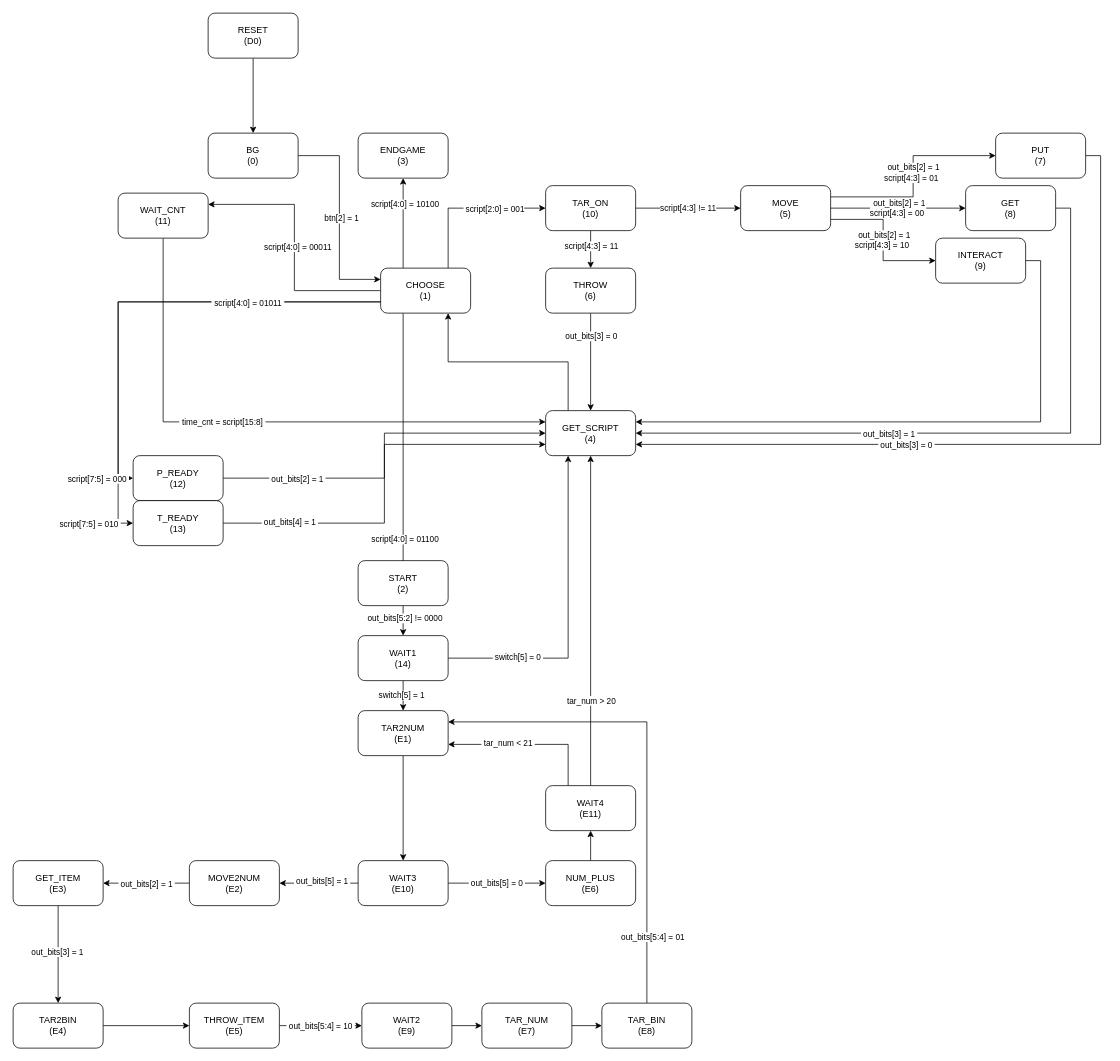
LunaQu4kez/CS207_23F_Project_GenshinKitchen keeps this draw.io diagram as doc/auto.drawio. Above is the earlier version. Source tidied: cells renumbered, new cells numbered last; positions are measured from the earlier drawing's top-left corner, leaving out a move shared by most shapes. Both pictures are drawn from the tidied source at 75%, with x=0, y=0 at pixel (13, 13).
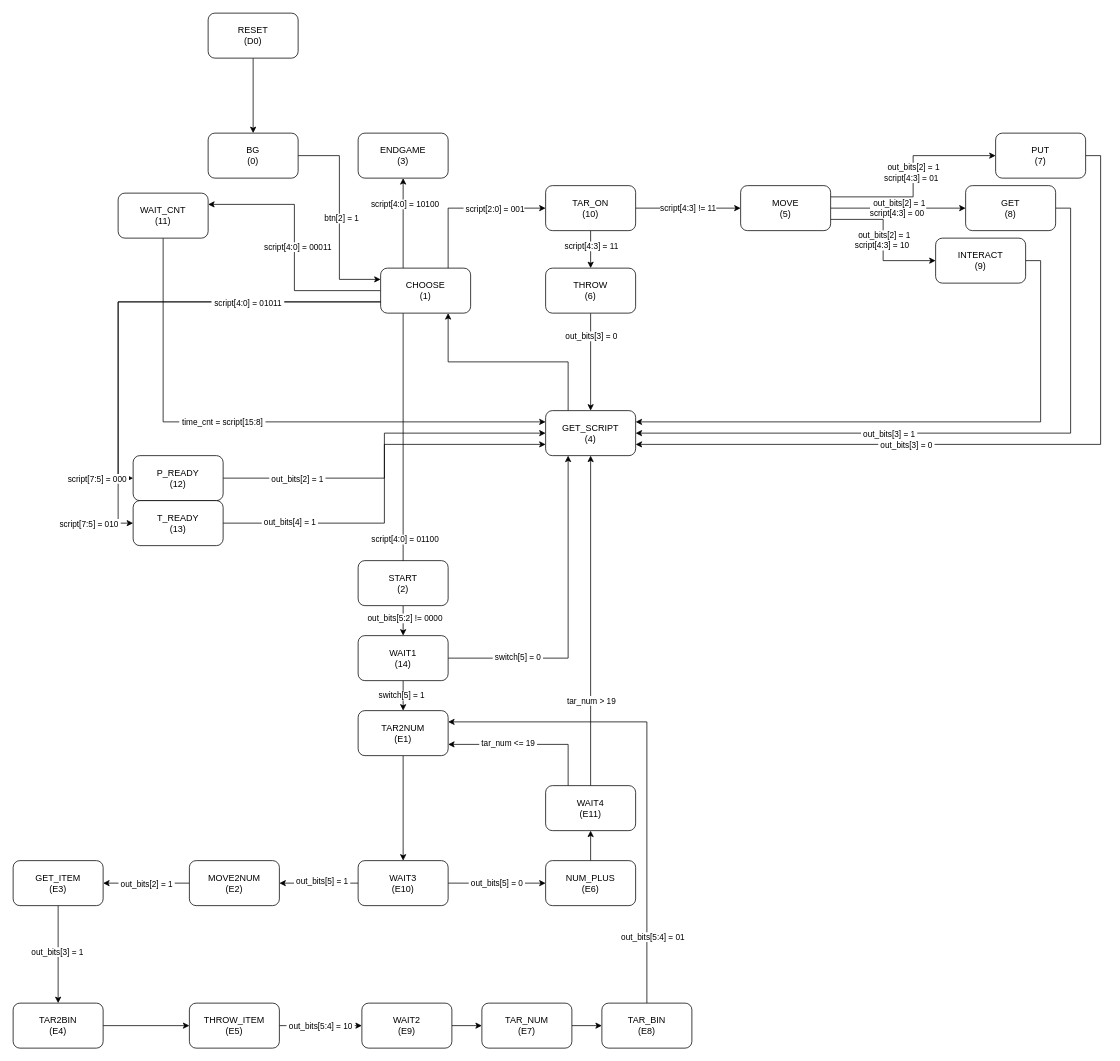
The same diagram, later.

The change refers to these unchanged cells:
```xml
<mxCell id="83" style="edgeStyle=orthogonalEdgeStyle;rounded=0;jettySize=auto;html=1;exitX=0.25;exitY=0;exitDx=0;exitDy=0;entryX=1;entryY=0.75;entryDx=0;entryDy=0;" parent="1" edge="1" source="95" target="67">
  <mxGeometry relative="1" as="geometry" />
</mxCell>
<mxCell id="85" style="edgeStyle=orthogonalEdgeStyle;rounded=0;jettySize=auto;html=1;exitX=0.5;exitY=0;exitDx=0;exitDy=0;entryX=0.5;entryY=1;entryDx=0;entryDy=0;" parent="1" edge="1" source="95" target="23">
  <mxGeometry relative="1" as="geometry" />
</mxCell>
```

Change to the diagram source:
```diff
@@
-    <mxCell id="84" value="&amp;nbsp;tar_num &amp;lt; 21&amp;nbsp;" style="edgeLabel;html=1;align=center;verticalAlign=middle;" parent="83" vertex="1">
+    <mxCell id="84" value="&amp;nbsp;tar_num &amp;lt;= 19&amp;nbsp;" style="edgeLabel;html=1;align=center;verticalAlign=middle;" parent="83" vertex="1">
       <mxGeometry y="-2" relative="1" as="geometry">
         <mxPoint x="-28" as="offset" />
       </mxGeometry>
     </mxCell>
@@
-    <mxCell id="86" value="&amp;nbsp;tar_num &amp;gt; 20&amp;nbsp;" style="edgeLabel;html=1;align=center;verticalAlign=middle;" parent="85" vertex="1">
+    <mxCell id="86" value="&amp;nbsp;tar_num &amp;gt; 19&amp;nbsp;" style="edgeLabel;html=1;align=center;verticalAlign=middle;" parent="85" vertex="1">
       <mxGeometry x="-0.02" y="2" relative="1" as="geometry">
         <mxPoint x="2" y="102" as="offset" />
       </mxGeometry>
     </mxCell>
```
